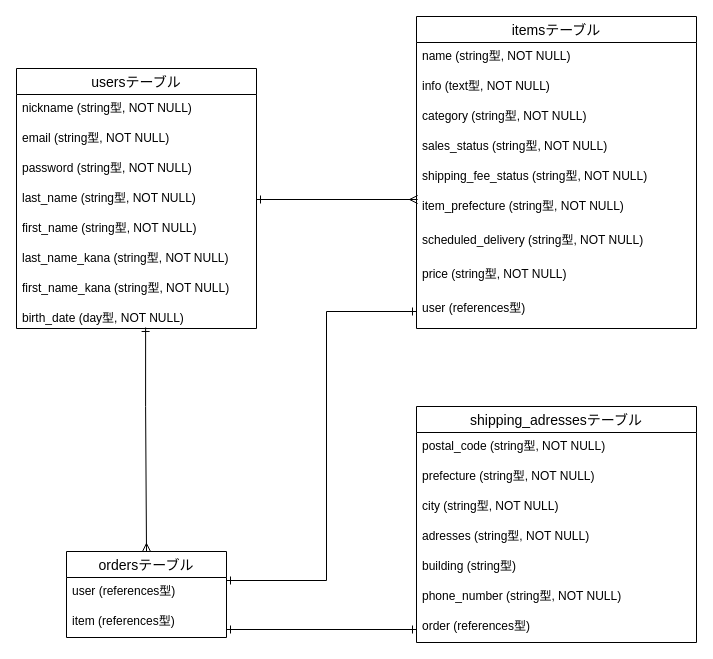
yunyunjp/furima-35190 keeps this draw.io diagram as ER.dio. Above is the earlier version. Source tidied: cells renumbered, new cells numbered last; positions are measured from the earlier drawing's top-left corner, leaving out a move shared by most shapes. Both pictures are drawn from the tidied source at 100%, with x=0, y=0 at pixel (16, 16).
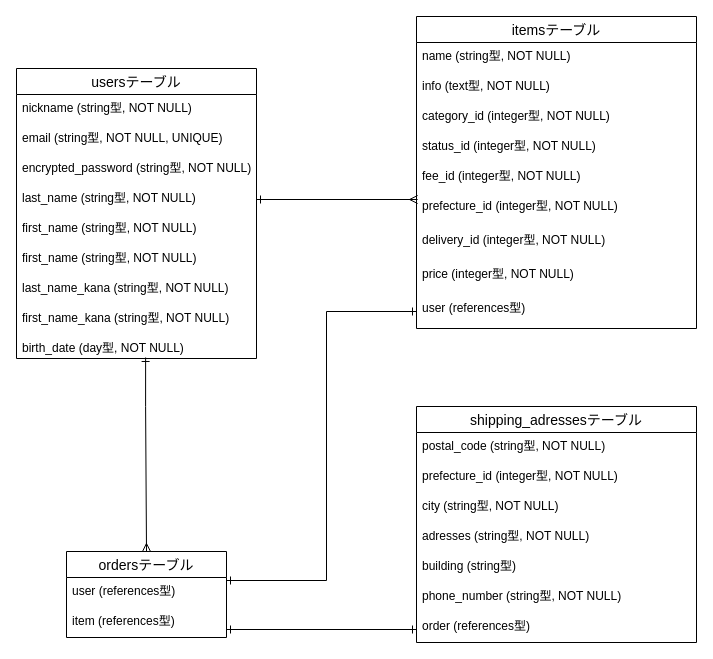
Above is the later version.

Commit message (it also covers changes not shown here):
データベース設計修正

Unchanged cells that the change refers to:
```xml
<mxCell id="11" value="itemsテーブル" style="swimlane;fontStyle=0;horizontal=1;startSize=26;align=center;fontSize=14;" parent="1" vertex="1">
  <mxGeometry x="400" width="280" height="312" as="geometry" />
</mxCell>
<mxCell id="24" value="shipping_adressesテーブル" style="swimlane;fontStyle=0;horizontal=1;startSize=26;align=center;fontSize=14;" parent="1" vertex="1">
  <mxGeometry x="400" y="390" width="280" height="236" as="geometry" />
</mxCell>
```

Change to the diagram source:
```diff
@@
     <mxCell id="2" value="usersテーブル" style="swimlane;fontStyle=0;horizontal=1;startSize=26;align=center;fontSize=14;" parent="1" vertex="1">
-      <mxGeometry y="52" width="240" height="260" as="geometry" />
+      <mxGeometry y="52" width="240" height="290" as="geometry" />
     </mxCell>
@@
-    <mxCell id="4" value="email (string型, NOT NULL)" style="text;strokeColor=none;fillColor=none;spacingLeft=4;spacingRight=4;overflow=hidden;fontSize=12;" parent="2" vertex="1">
+    <mxCell id="4" value="email (string型, NOT NULL, UNIQUE)" style="text;strokeColor=none;fillColor=none;spacingLeft=4;spacingRight=4;overflow=hidden;fontSize=12;" parent="2" vertex="1">
       <mxGeometry y="56" width="240" height="30" as="geometry" />
     </mxCell>
-    <mxCell id="5" value="password (string型, NOT NULL)&#10;" style="text;strokeColor=none;fillColor=none;spacingLeft=4;spacingRight=4;overflow=hidden;fontSize=12;" parent="2" vertex="1">
+    <mxCell id="5" value="encrypted_password (string型, NOT NULL)&#10;" style="text;strokeColor=none;fillColor=none;spacingLeft=4;spacingRight=4;overflow=hidden;fontSize=12;" parent="2" vertex="1">
       <mxGeometry y="86" width="240" height="30" as="geometry" />
     </mxCell>
@@
+    <mxCell id="36" value="first_name (string型, NOT NULL)" style="text;strokeColor=none;fillColor=none;spacingLeft=4;spacingRight=4;overflow=hidden;fontSize=12;" parent="2" vertex="1">
+      <mxGeometry y="176" width="240" height="30" as="geometry" />
+    </mxCell>
     <mxCell id="8" value="last_name_kana (string型, NOT NULL)" style="text;strokeColor=none;fillColor=none;spacingLeft=4;spacingRight=4;overflow=hidden;fontSize=12;" parent="2" vertex="1">
-      <mxGeometry y="176" width="240" height="30" as="geometry" />
+      <mxGeometry y="206" width="240" height="30" as="geometry" />
     </mxCell>
     <mxCell id="9" value="first_name_kana (string型, NOT NULL)" style="text;strokeColor=none;fillColor=none;spacingLeft=4;spacingRight=4;overflow=hidden;fontSize=12;" parent="2" vertex="1">
-      <mxGeometry y="206" width="240" height="30" as="geometry" />
+      <mxGeometry y="236" width="240" height="30" as="geometry" />
     </mxCell>
     <mxCell id="10" value="birth_date (day型, NOT NULL)" style="text;strokeColor=none;fillColor=none;spacingLeft=4;spacingRight=4;overflow=hidden;points=[[0,0.5],[1,0.5]];portConstraint=eastwest;fontSize=12;" parent="2" vertex="1">
-      <mxGeometry y="236" width="240" height="24" as="geometry" />
+      <mxGeometry y="266" width="240" height="24" as="geometry" />
     </mxCell>
@@
-    <mxCell id="14" value="category (string型, NOT NULL)" style="text;strokeColor=none;fillColor=none;spacingLeft=4;spacingRight=4;overflow=hidden;fontSize=12;" parent="11" vertex="1">
+    <mxCell id="14" value="category_id (integer型, NOT NULL)" style="text;strokeColor=none;fillColor=none;spacingLeft=4;spacingRight=4;overflow=hidden;fontSize=12;" parent="11" vertex="1">
       <mxGeometry y="86" width="280" height="30" as="geometry" />
     </mxCell>
-    <mxCell id="15" value="sales_status (string型, NOT NULL)" style="text;strokeColor=none;fillColor=none;spacingLeft=4;spacingRight=4;overflow=hidden;fontSize=12;" parent="11" vertex="1">
+    <mxCell id="15" value="status_id (integer型, NOT NULL)" style="text;strokeColor=none;fillColor=none;spacingLeft=4;spacingRight=4;overflow=hidden;fontSize=12;" parent="11" vertex="1">
       <mxGeometry y="116" width="280" height="30" as="geometry" />
     </mxCell>
-    <mxCell id="16" value="shipping_fee_status (string型, NOT NULL)" style="text;strokeColor=none;fillColor=none;spacingLeft=4;spacingRight=4;overflow=hidden;fontSize=12;" parent="11" vertex="1">
+    <mxCell id="16" value="fee_id (integer型, NOT NULL)" style="text;strokeColor=none;fillColor=none;spacingLeft=4;spacingRight=4;overflow=hidden;fontSize=12;" parent="11" vertex="1">
       <mxGeometry y="146" width="280" height="30" as="geometry" />
     </mxCell>
-    <mxCell id="17" value="item_prefecture (string型, NOT NULL)" style="text;strokeColor=none;fillColor=none;spacingLeft=4;spacingRight=4;overflow=hidden;points=[[0,0.5],[1,0.5]];portConstraint=eastwest;fontSize=12;" parent="11" vertex="1">
+    <mxCell id="17" value="prefecture_id (integer型, NOT NULL)" style="text;strokeColor=none;fillColor=none;spacingLeft=4;spacingRight=4;overflow=hidden;points=[[0,0.5],[1,0.5]];portConstraint=eastwest;fontSize=12;" parent="11" vertex="1">
       <mxGeometry y="176" width="280" height="34" as="geometry" />
     </mxCell>
-    <mxCell id="18" value="scheduled_delivery (string型, NOT NULL)" style="text;strokeColor=none;fillColor=none;spacingLeft=4;spacingRight=4;overflow=hidden;fontSize=12;" parent="11" vertex="1">
+    <mxCell id="18" value="delivery_id (integer型, NOT NULL)" style="text;strokeColor=none;fillColor=none;spacingLeft=4;spacingRight=4;overflow=hidden;fontSize=12;" parent="11" vertex="1">
       <mxGeometry y="210" width="280" height="34" as="geometry" />
     </mxCell>
-    <mxCell id="19" value="price (string型, NOT NULL)" style="text;strokeColor=none;fillColor=none;spacingLeft=4;spacingRight=4;overflow=hidden;fontSize=12;" parent="11" vertex="1">
+    <mxCell id="19" value="price (integer型, NOT NULL)" style="text;strokeColor=none;fillColor=none;spacingLeft=4;spacingRight=4;overflow=hidden;fontSize=12;" parent="11" vertex="1">
       <mxGeometry y="244" width="280" height="34" as="geometry" />
     </mxCell>
@@
-    <mxCell id="26" value="prefecture (string型, NOT NULL)" style="text;strokeColor=none;fillColor=none;spacingLeft=4;spacingRight=4;overflow=hidden;fontSize=12;" parent="24" vertex="1">
+    <mxCell id="26" value="prefecture_id (integer型, NOT NULL)" style="text;strokeColor=none;fillColor=none;spacingLeft=4;spacingRight=4;overflow=hidden;fontSize=12;" parent="24" vertex="1">
       <mxGeometry y="56" width="280" height="30" as="geometry" />
     </mxCell>
```
